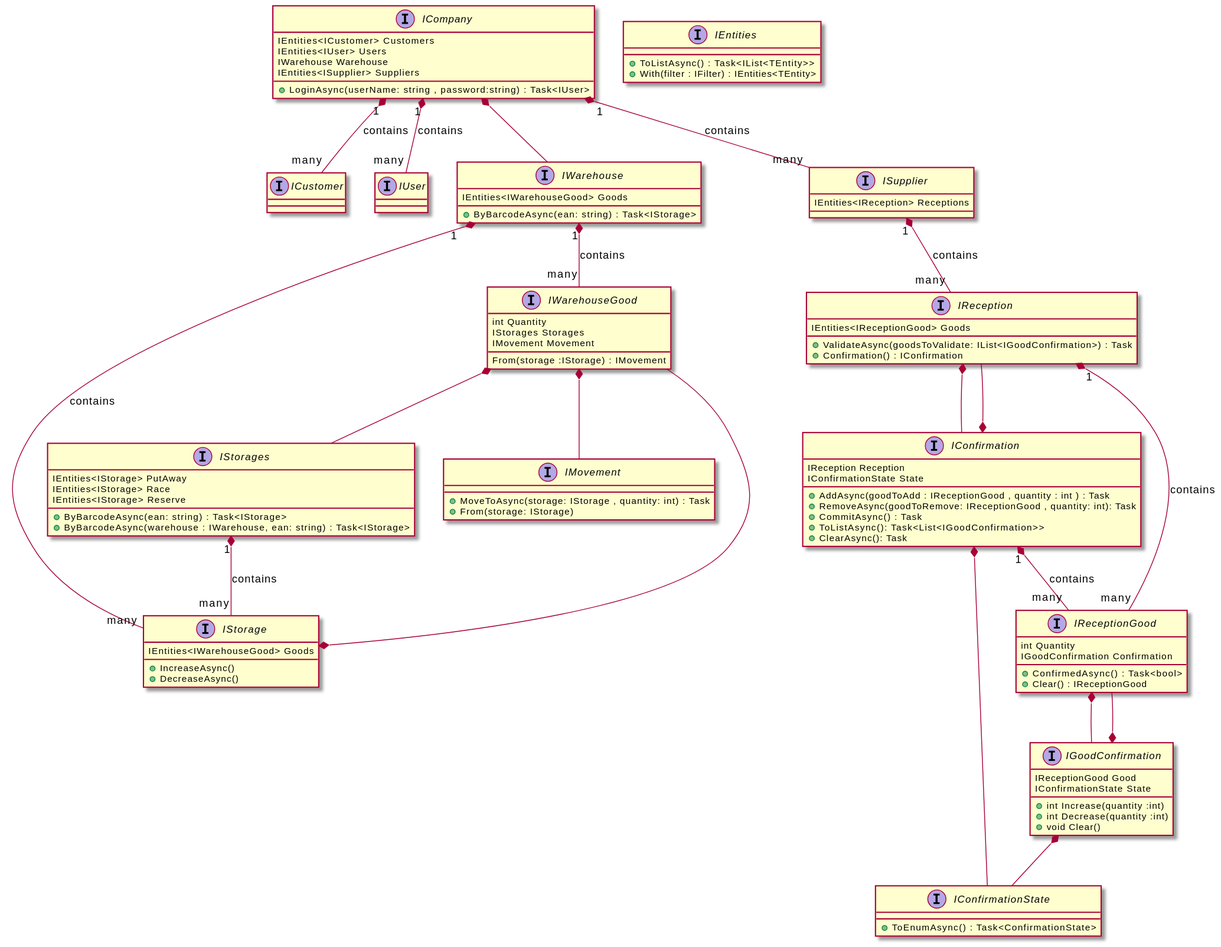
souly84/Warehouse.Core keeps this PlantUML diagram as docs/warehouse.uml.svg. Above is the earlier version.
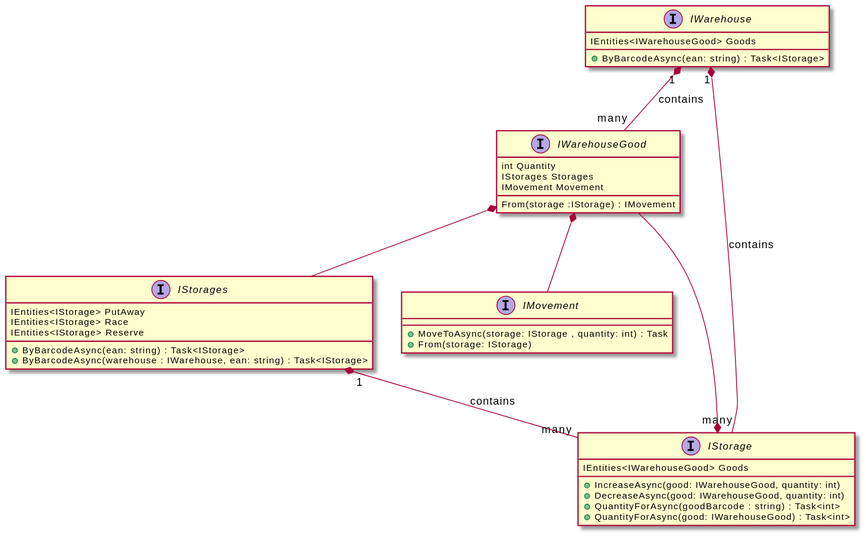
After the commit.

What changed in the source:
```diff
@@ -1,67 +1,9 @@
 @startuml
-interface       ICompany
-{
-  IEntities<ICustomer> Customers
-  IEntities<IUser> Users
-  IWarehouse Warehouse
-  IEntities<ISupplier> Suppliers
-  +LoginAsync(userName: string , password:string) : Task<IUser>
-}
-
-interface       IEntities
-{
-  +ToListAsync() : Task<IList<TEntity>>
-  +With(filter : IFilter) : IEntities<TEntity>
-}
-
-interface       ICustomer
-interface       IUser
 interface       IWarehouse
 {
   IEntities<IWarehouseGood> Goods
 
   +ByBarcodeAsync(ean: string) : Task<IStorage>
-}
-interface       ISupplier
-{
-  IEntities<IReception> Receptions
-}
-interface       IReception
-{
-  IEntities<IReceptionGood> Goods
-
-  +ValidateAsync(goodsToValidate: IList<IGoodConfirmation>) : Task
-  +Confirmation() : IConfirmation
-}
-
-interface     IConfirmation
-{
-  IReception Reception
-  IConfirmationState State
-
-  +AddAsync(goodToAdd : IReceptionGood , quantity : int ) : Task
-  +RemoveAsync(goodToRemove: IReceptionGood , quantity: int): Task
-  +CommitAsync() : Task
-  +ToListAsync(): Task<List<IGoodConfirmation>>
-  +ClearAsync(): Task
-}
-
-interface       IReceptionGood
-{
-  int Quantity
-  IGoodConfirmation Confirmation
-
-  +ConfirmedAsync() : Task<bool>
-  +Clear() : IReceptionGood
-}
-interface       IGoodConfirmation
-{
-  IReceptionGood Good
-  IConfirmationState State
-
-  +int Increase(quantity :int)
-  +int Decrease(quantity :int)
-  +void Clear()
 }
 
 interface     IWarehouseGood
@@ -86,37 +28,16 @@
 {
   IEntities<IWarehouseGood> Goods
 
-  +IncreaseAsync()
-  +DecreaseAsync()
+  +IncreaseAsync(good: IWarehouseGood, quantity: int)
+  +DecreaseAsync(good: IWarehouseGood, quantity: int)
+  +QuantityForAsync(goodBarcode : string) : Task<int>
+  +QuantityForAsync(good: IWarehouseGood) : Task<int>
 }
 interface     IMovement
 {
   +MoveToAsync(storage: IStorage , quantity: int) : Task
   +From(storage: IStorage)
 }
-interface     IConfirmationState
-{
-  +ToEnumAsync() : Task<ConfirmationState>
-}
-
-ICompany "1" *-- "many" ICustomer : contains
-ICompany "1" *-- "many" IUser : contains
-ICompany "1" *-- "many" ISupplier : contains
-ICompany *-- IWarehouse
-
-ISupplier "1" *-- "many" IReception : contains
-
-IReception "1" *-- "many" IReceptionGood : contains
-IReception *-- IConfirmation
-IReceptionGood *-- IGoodConfirmation
-
-IConfirmation *-- IReception
-IConfirmation *-- IConfirmationState
-IConfirmation "1" *-- "many" IReceptionGood : contains
-
-
-IGoodConfirmation *-- IConfirmationState
-IGoodConfirmation *-- IReceptionGood
 
 IWarehouse "1" *-- "many" IWarehouseGood : contains
 IWarehouse "1" *-- "many" IStorage : contains
```
